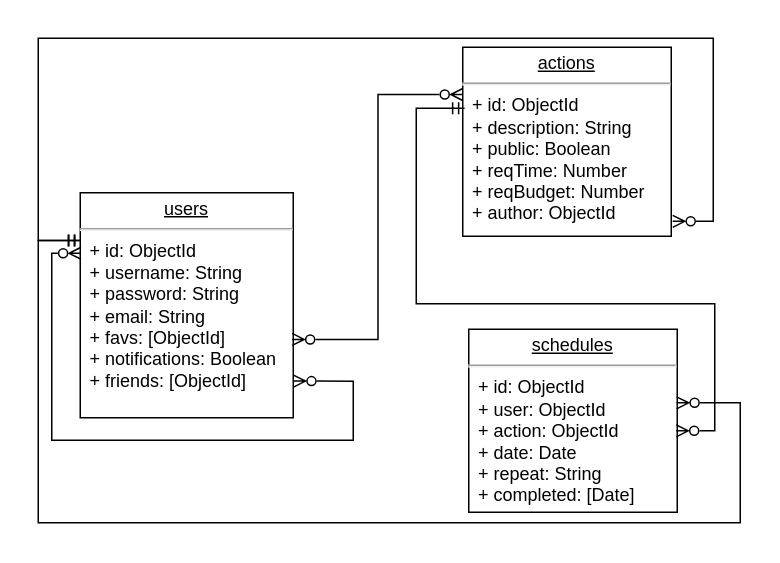
Before: staff/maria-navarrete/full-stack/final-project/docs/images/ERDiagram.drawio in b00tc4mp/neoland-bootcamp-202201, a draw.io diagram. Source tidied: cells renumbered, new cells numbered last; positions are measured from the earlier drawing's top-left corner, leaving out a move shared by most shapes. Both pictures are drawn from the tidied source at 150%, with x=0, y=0 at pixel (38, 38).
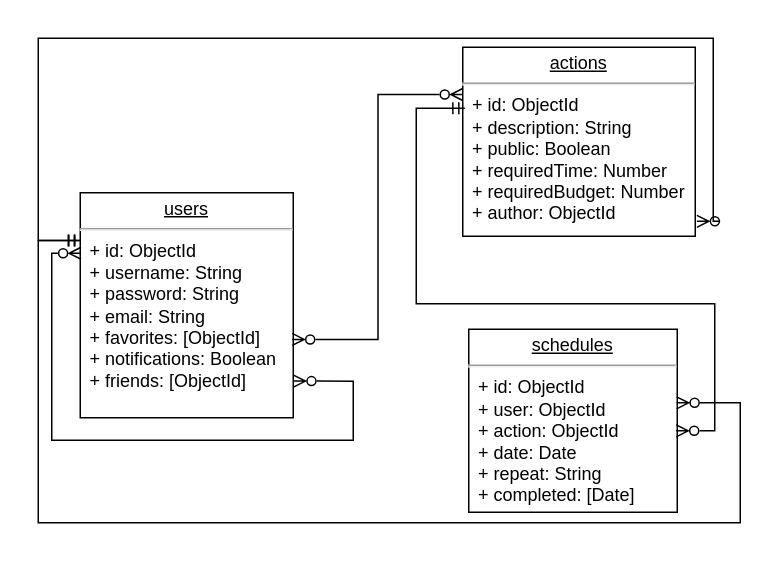
The same diagram, later.

Diff of the diagram source:
```diff
@@
-    <mxCell id="2" value="&lt;p style=&quot;margin: 0px ; margin-top: 4px ; text-align: center ; text-decoration: underline&quot;&gt;users&lt;/p&gt;&lt;hr&gt;&lt;div&gt;&amp;nbsp; + id: ObjectId&lt;/div&gt;&lt;div&gt;&amp;nbsp; + username: String&lt;/div&gt;&lt;div&gt;&amp;nbsp; + password: String&lt;/div&gt;&lt;div&gt;&amp;nbsp; + email: String&lt;br&gt;&lt;/div&gt;&lt;div&gt;&amp;nbsp; + favs: [ObjectId]&lt;/div&gt;&lt;div&gt;&amp;nbsp; + notifications: Boolean&lt;/div&gt;&lt;div&gt;&amp;nbsp; + friends: [ObjectId]&lt;/div&gt;&lt;div&gt;&lt;br&gt;&lt;/div&gt;" style="verticalAlign=top;align=left;overflow=fill;fontSize=12;fontFamily=Helvetica;html=1;rounded=0;shadow=0;comic=0;labelBackgroundColor=none;strokeWidth=1;" parent="1" vertex="1">
+    <mxCell id="2" value="&lt;p style=&quot;margin: 0px ; margin-top: 4px ; text-align: center ; text-decoration: underline&quot;&gt;users&lt;/p&gt;&lt;hr&gt;&lt;div&gt;&amp;nbsp; + id: ObjectId&lt;/div&gt;&lt;div&gt;&amp;nbsp; + username: String&lt;/div&gt;&lt;div&gt;&amp;nbsp; + password: String&lt;/div&gt;&lt;div&gt;&amp;nbsp; + email: String&lt;br&gt;&lt;/div&gt;&lt;div&gt;&amp;nbsp; + favorites: [ObjectId]&lt;/div&gt;&lt;div&gt;&amp;nbsp; + notifications: Boolean&lt;/div&gt;&lt;div&gt;&amp;nbsp; + friends: [ObjectId]&lt;/div&gt;&lt;div&gt;&lt;br&gt;&lt;/div&gt;" style="verticalAlign=top;align=left;overflow=fill;fontSize=12;fontFamily=Helvetica;html=1;rounded=0;shadow=0;comic=0;labelBackgroundColor=none;strokeWidth=1;" parent="1" vertex="1">
       <mxGeometry x="28" y="103" width="142" height="150" as="geometry" />
     </mxCell>
@@
-    <mxCell id="18" value="&lt;p style=&quot;margin: 0px ; margin-top: 4px ; text-align: center ; text-decoration: underline&quot;&gt;actions&lt;br&gt;&lt;/p&gt;&lt;hr&gt;&amp;nbsp; + id: ObjectId&lt;div&gt;&lt;span&gt;&amp;nbsp; + description: String&lt;/span&gt;&lt;/div&gt;&lt;div&gt;&lt;span&gt;&amp;nbsp; + public: Boolean&lt;/span&gt;&lt;/div&gt;&lt;div&gt;&lt;span&gt;&amp;nbsp; + reqTime: Number &lt;/span&gt;&lt;/div&gt;&lt;div&gt;&lt;span&gt;&amp;nbsp; + reqBudget: Number&lt;/span&gt;&lt;/div&gt;&lt;div&gt;&lt;span&gt;&amp;nbsp; + author: ObjectId &lt;/span&gt;&lt;/div&gt;" style="verticalAlign=top;align=left;overflow=fill;fontSize=12;fontFamily=Helvetica;html=1;rounded=0;shadow=0;comic=0;labelBackgroundColor=none;strokeWidth=1;" parent="1" vertex="1">
-      <mxGeometry x="283" y="6" width="139" height="126" as="geometry" />
+    <mxCell id="18" value="&lt;p style=&quot;margin: 0px ; margin-top: 4px ; text-align: center ; text-decoration: underline&quot;&gt;actions&lt;br&gt;&lt;/p&gt;&lt;hr&gt;&amp;nbsp; + id: ObjectId&lt;div&gt;&lt;span&gt;&amp;nbsp; + description: String&lt;/span&gt;&lt;/div&gt;&lt;div&gt;&lt;span&gt;&amp;nbsp; + public: Boolean&lt;/span&gt;&lt;/div&gt;&lt;div&gt;&lt;span&gt;&amp;nbsp; + requiredTime: Number &lt;/span&gt;&lt;/div&gt;&lt;div&gt;&lt;span&gt;&amp;nbsp; + requiredBudget: Number&lt;/span&gt;&lt;/div&gt;&lt;div&gt;&lt;span&gt;&amp;nbsp; + author: ObjectId &lt;/span&gt;&lt;/div&gt;" style="verticalAlign=top;align=left;overflow=fill;fontSize=12;fontFamily=Helvetica;html=1;rounded=0;shadow=0;comic=0;labelBackgroundColor=none;strokeWidth=1;" parent="1" vertex="1">
+      <mxGeometry x="283" y="6" width="155" height="126" as="geometry" />
     </mxCell>
```
